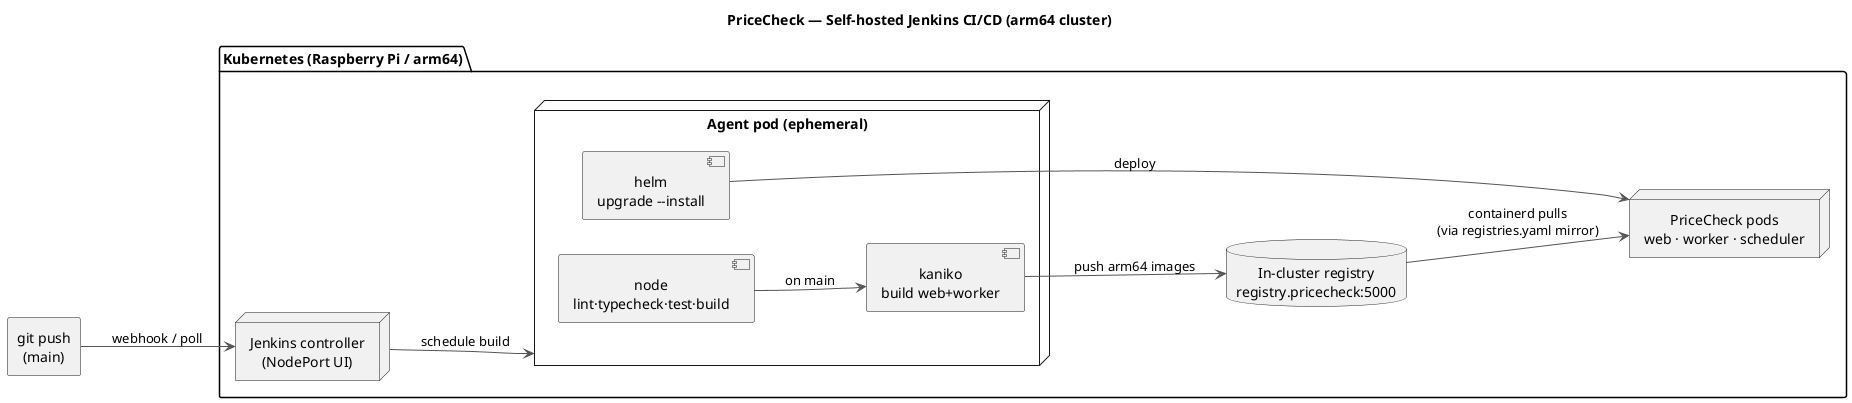
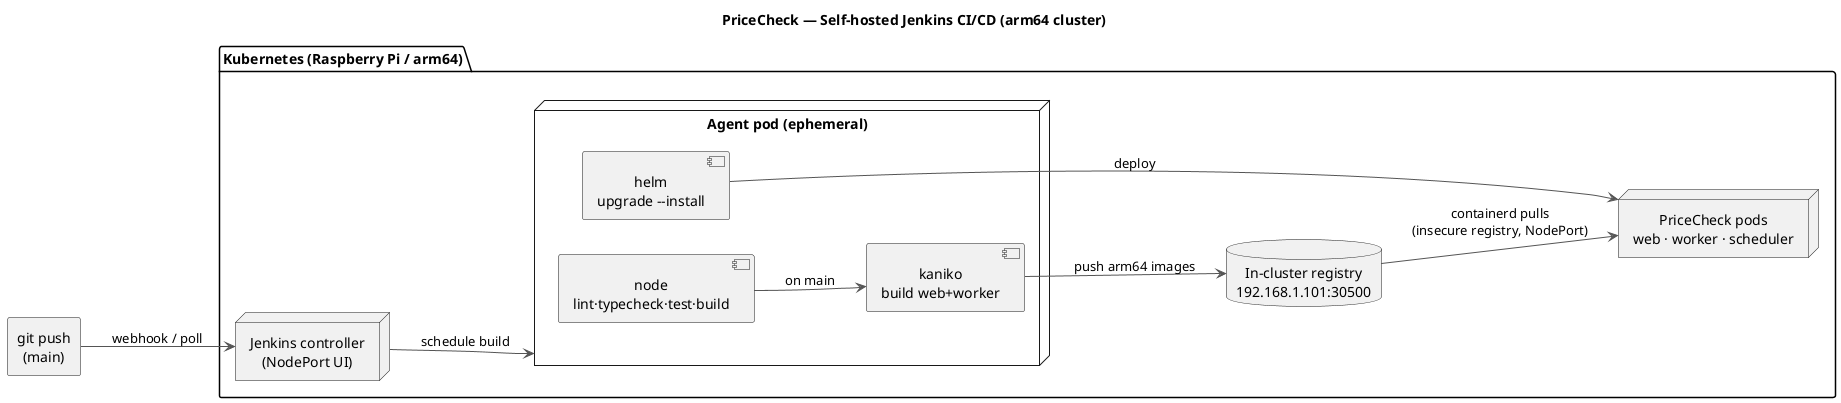
@startuml jenkins-pipeline
title PriceCheck — Self-hosted Jenkins CI/CD (arm64 cluster)
skinparam shadowing false
skinparam defaultTextAlignment center
skinparam ArrowColor #555555
left to right direction

rectangle "git push\n(main)" as push

package "Kubernetes (Raspberry Pi / arm64)" {
  node "Jenkins controller\n(NodePort UI)" as jenkins
  node "Agent pod (ephemeral)" as agent {
    [node\nlint·typecheck·test·build] as nodec
    [kaniko\nbuild web+worker] as kaniko
    [helm\nupgrade --install] as helmc
  }
-   database "In-cluster registry\nregistry.pricecheck:5000" as reg
+   database "In-cluster registry\n192.168.1.101:30500" as reg
  node "PriceCheck pods\nweb · worker · scheduler" as app
}

push --> jenkins : webhook / poll
jenkins --> agent : schedule build
nodec --> kaniko : on main
kaniko --> reg : push arm64 images
helmc --> app : deploy
- reg --> app : containerd pulls\n(via registries.yaml mirror)
+ reg --> app : containerd pulls\n(insecure registry, NodePort)
@enduml
